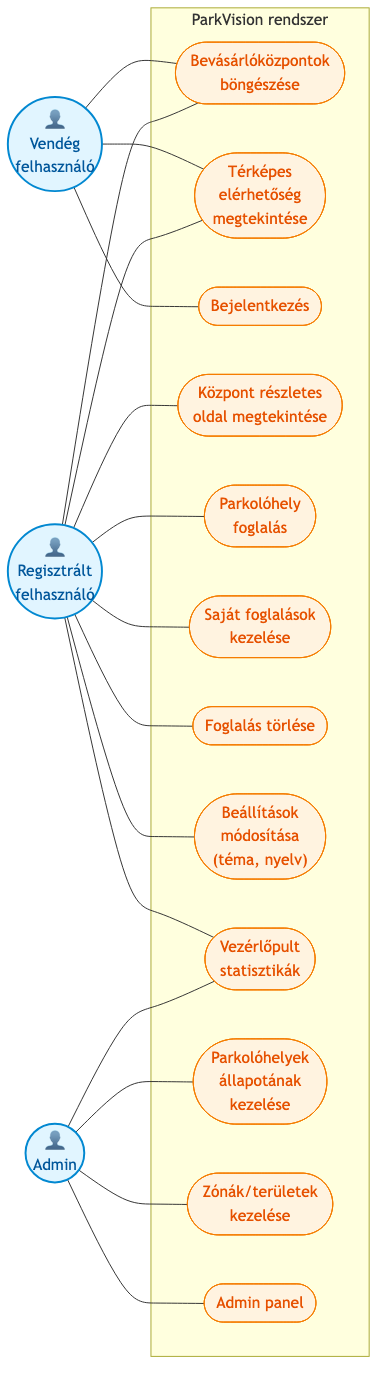
This is docs/thesis/diagrams/use_case.png from peszabolcs/szakdolgozat, a Mermaid export, as it was before one commit. Its source is kept beside it as docs/thesis/diagrams/use_case.mmd.
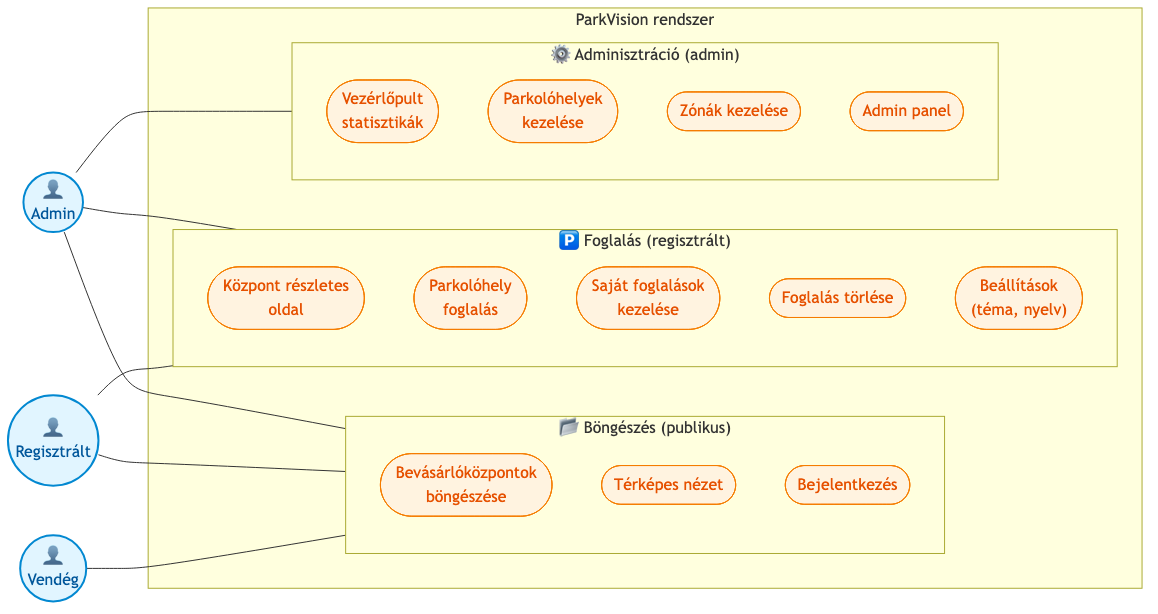
The same file after the commit.

Commit message:
Update diagrams and author name

Change to the diagram source:
```diff
@@ -1,40 +1,39 @@
 flowchart LR
-    Vendeg(("👤<br/>Vendég<br/>felhasználó"))
-    Felhasznalo(("👤<br/>Regisztrált<br/>felhasználó"))
+    Vendeg(("👤<br/>Vendég"))
+    Felhasznalo(("👤<br/>Regisztrált"))
     Admin(("👤<br/>Admin"))
 
     subgraph Rendszer ["ParkVision rendszer"]
-        UC1(["Bevásárlóközpontok<br/>böngészése"])
-        UC2(["Térképes<br/>elérhetőség<br/>megtekintése"])
-        UC3(["Bejelentkezés"])
-        UC4(["Központ részletes<br/>oldal megtekintése"])
-        UC5(["Parkolóhely<br/>foglalás"])
-        UC6(["Saját foglalások<br/>kezelése"])
-        UC7(["Foglalás törlése"])
-        UC8(["Beállítások<br/>módosítása<br/>(téma, nyelv)"])
-        UC9(["Vezérlőpult<br/>statisztikák"])
-        UC10(["Parkolóhelyek<br/>állapotának<br/>kezelése"])
-        UC11(["Zónák/területek<br/>kezelése"])
-        UC12(["Admin panel"])
+        direction TB
+
+        subgraph Bongeszes ["📂 Böngészés (publikus)"]
+            UC1(["Bevásárlóközpontok<br/>böngészése"])
+            UC2(["Térképes nézet"])
+            UC3(["Bejelentkezés"])
+        end
+
+        subgraph Foglalas ["🅿️ Foglalás (regisztrált)"]
+            UC4(["Központ részletes<br/>oldal"])
+            UC5(["Parkolóhely<br/>foglalás"])
+            UC6(["Saját foglalások<br/>kezelése"])
+            UC7(["Foglalás törlése"])
+            UC8(["Beállítások<br/>(téma, nyelv)"])
+        end
+
+        subgraph Adminisztracio ["⚙️ Adminisztráció (admin)"]
+            UC9(["Vezérlőpult<br/>statisztikák"])
+            UC10(["Parkolóhelyek<br/>kezelése"])
+            UC11(["Zónák kezelése"])
+            UC12(["Admin panel"])
+        end
     end
 
-    Vendeg --- UC1
-    Vendeg --- UC2
-    Vendeg --- UC3
-
-    Felhasznalo --- UC1
-    Felhasznalo --- UC2
-    Felhasznalo --- UC4
-    Felhasznalo --- UC5
-    Felhasznalo --- UC6
-    Felhasznalo --- UC7
-    Felhasznalo --- UC8
-    Felhasznalo --- UC9
-
-    Admin --- UC9
-    Admin --- UC10
-    Admin --- UC11
-    Admin --- UC12
+    Vendeg --- Bongeszes
+    Felhasznalo --- Bongeszes
+    Felhasznalo --- Foglalas
+    Admin --- Bongeszes
+    Admin --- Foglalas
+    Admin --- Adminisztracio
 
     classDef actorClass fill:#e1f5ff,stroke:#0288d1,stroke-width:2px,color:#01579b
     classDef ucClass fill:#fff3e0,stroke:#f57c00,stroke-width:1px,color:#e65100
```
